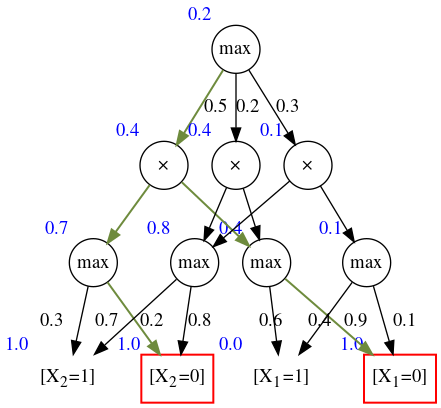
Before: docs/thesis/graphs/sample_mpn_prob.png, a diagram exported from Graphviz (RenatoGeh/tcc). Its source is kept beside it as docs/thesis/graphs/sample_mpn_prob.dot.
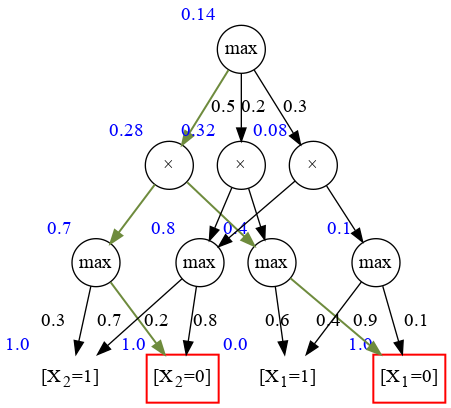
The same file after the commit.

Commit message:
Fixed sample_mpn_prob

Diff of the diagram source:
```diff
@@ -1,12 +1,12 @@
 digraph G {
   graph [ranksep="0.50"];
   node [shape=circle];
-  root [label="max", shape=circle, xlabel=<<font color="blue">0.2</font>>, margin="0"];
+  root [label="max", shape=circle, xlabel=<<font color="blue">0.14</font>>, margin="0"];
   splines="false";
   subgraph L1 {
-    P1 [label=<&times;>, xlabel=<<font color="blue">0.4</font>>, margin="0"];
-    P2 [label=<&times;>, xlabel=<<font color="blue">0.4</font>>, margin="0"];
-    P3 [label=<&times;>, xlabel=<<font color="blue">0.1</font>>, margin="0"];
+    P1 [label=<&times;>, xlabel=<<font color="blue">0.28</font>>, margin="0"];
+    P2 [label=<&times;>, xlabel=<<font color="blue">0.32</font>>, margin="0"];
+    P3 [label=<&times;>, xlabel=<<font color="blue">0.08</font>>, margin="0"];
   };
   root -> P1 [label="0.5", color="darkolivegreen4", penwidth="1.5"];
   root -> P2 [label="0.2"];
```
